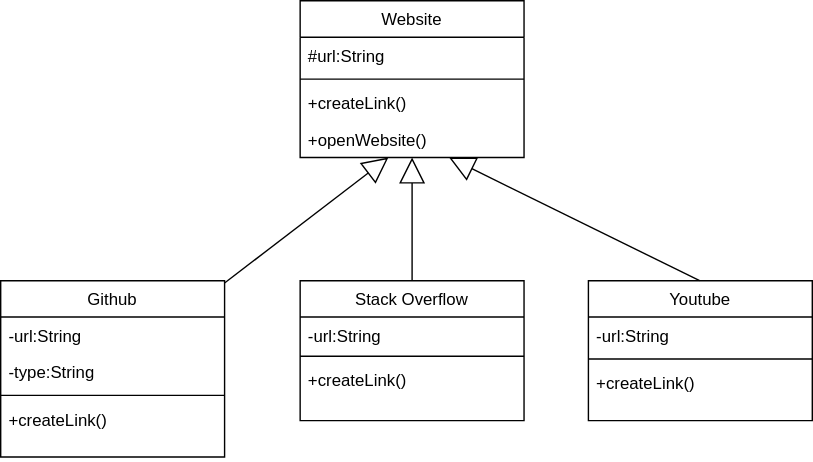
Above: res/basicClassFormat.svg in ShubhDPatel/Altrium (draw.io), before the change. Source tidied: cells renumbered, new cells last; positions are measured from the earlier drawing's top-left corner, leaving out a move shared by most shapes.
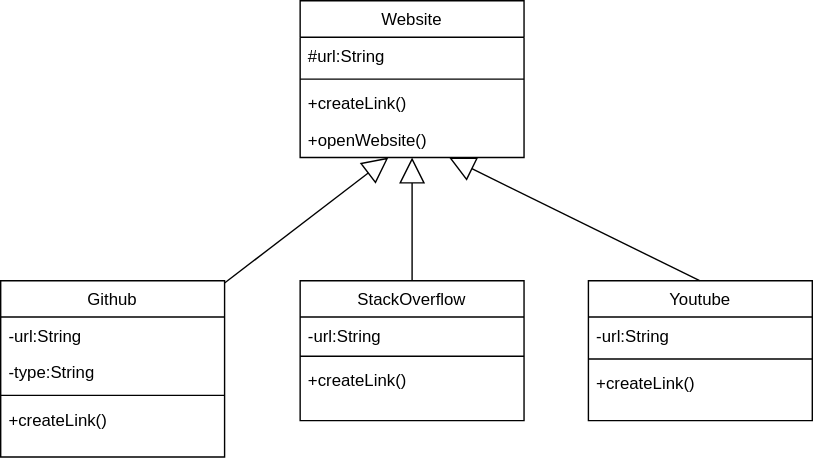
The same diagram one commit later.

Commit message:
Remove space in Stack Overflow in class diagram

Diff of the diagram source:
```diff
@@ -32,7 +32,7 @@
     <mxCell id="11" value="+createLink()" style="text;align=left;verticalAlign=top;spacingLeft=4;spacingRight=4;overflow=hidden;" parent="7" vertex="1">
       <mxGeometry y="86" width="160" height="40" as="geometry" />
     </mxCell>
-    <mxCell id="12" value="Stack Overflow" style="swimlane;fontStyle=0;align=center;verticalAlign=top;horizontal=1;startSize=26;rounded=0;shadow=0;strokeWidth=1;" parent="1" vertex="1">
+    <mxCell id="12" value="StackOverflow" style="swimlane;fontStyle=0;align=center;verticalAlign=top;horizontal=1;startSize=26;rounded=0;shadow=0;strokeWidth=1;" parent="1" vertex="1">
       <mxGeometry x="214" y="200" width="160" height="100" as="geometry" />
     </mxCell>
     <mxCell id="13" value="-url:String" style="text;align=left;verticalAlign=top;spacingLeft=4;spacingRight=4;overflow=hidden;" parent="12" vertex="1">
```
